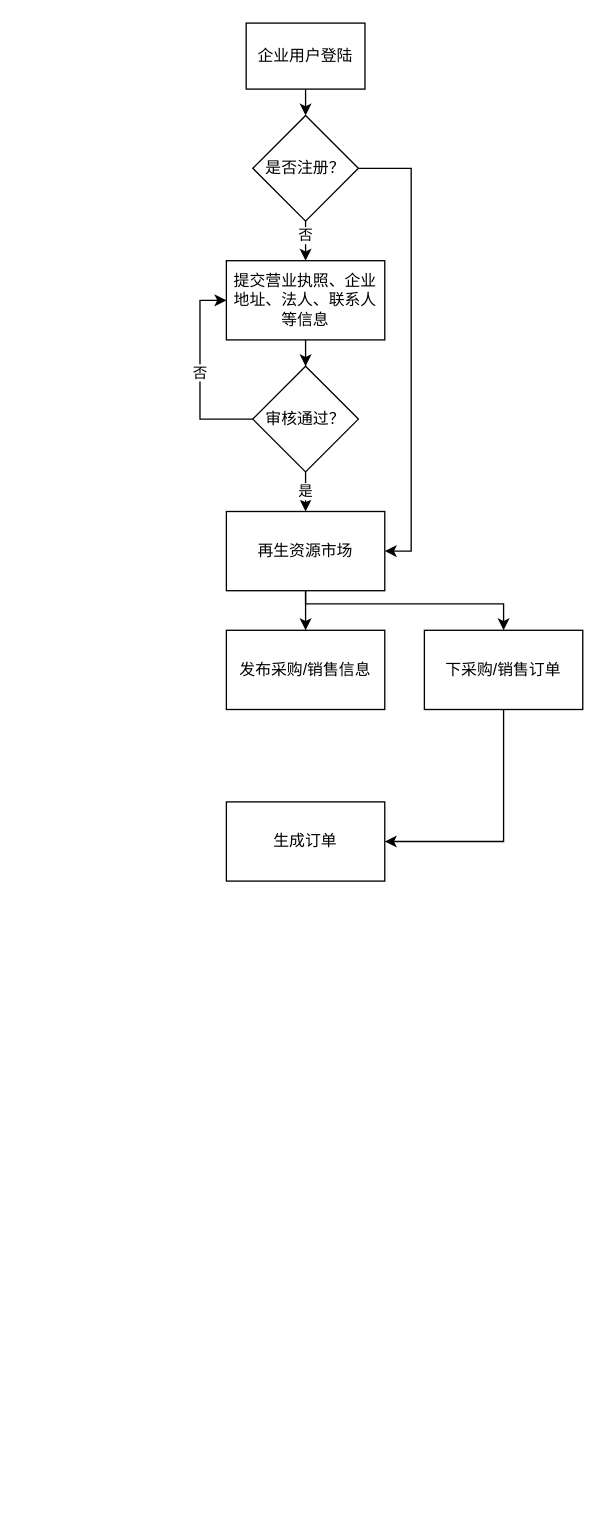
This is Untitled Diagram.drawio from bdyz1016/BHVoice, a draw.io file, before an edit. Source tidied: cells renumbered, new cells numbered last; positions are measured from the earlier drawing's top-left corner, leaving out a move shared by most shapes. Both pictures are drawn from the tidied source at 132%, with x=0, y=0 at pixel (226, 22).
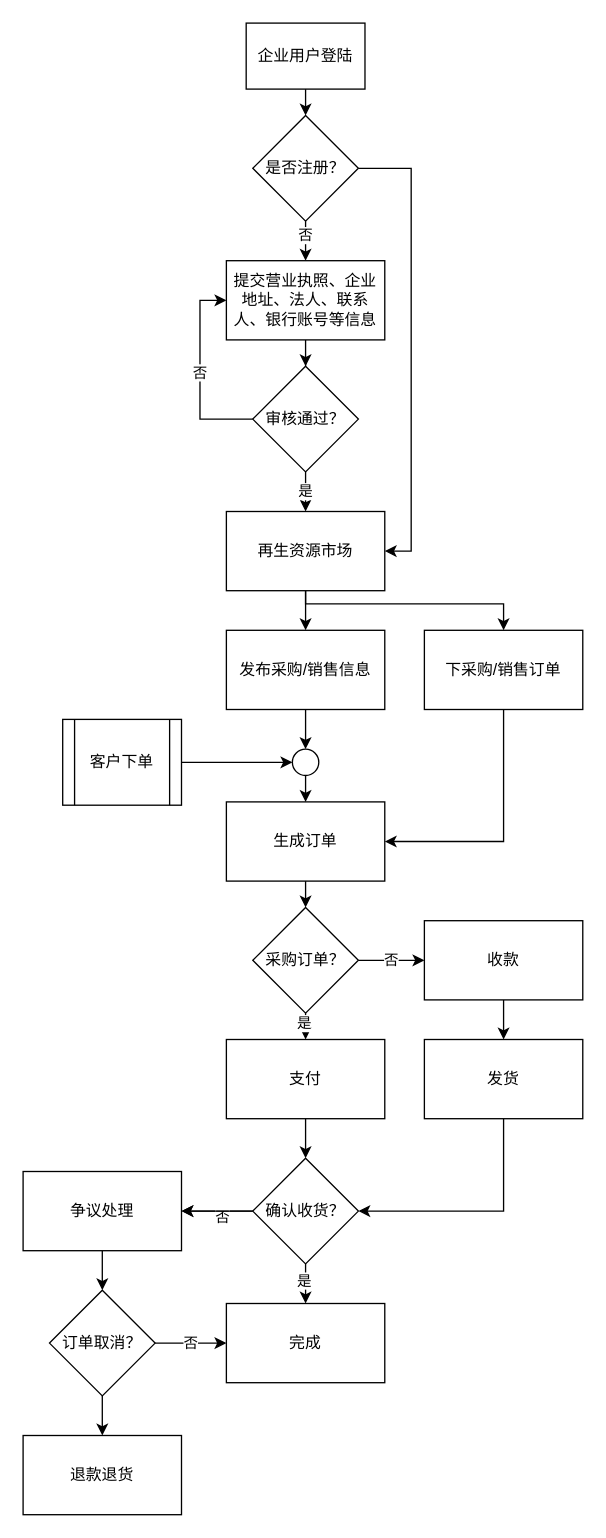
The same diagram, later.

Unchanged cells that the change refers to:
```xml
<mxCell id="16" value="发布采购/销售信息" style="rounded=0;whiteSpace=wrap;html=1;" parent="1" vertex="1">
  <mxGeometry y="460" width="120" height="60" as="geometry" />
</mxCell>
<mxCell id="19" value="生成订单" style="rounded=0;whiteSpace=wrap;html=1;" parent="1" vertex="1">
  <mxGeometry y="590" width="120" height="60" as="geometry" />
</mxCell>
```

Diff of the diagram source:
```diff
@@
-    <mxCell id="9" value="提交营业执照、企业地址、法人、联系人等信息" style="rounded=0;whiteSpace=wrap;html=1;" parent="1" vertex="1">
+    <mxCell id="9" value="提交营业执照、企业地址、法人、联系人、银行账号等信息" style="rounded=0;whiteSpace=wrap;html=1;" parent="1" vertex="1">
       <mxGeometry y="180" width="120" height="60" as="geometry" />
     </mxCell>
@@
+    <mxCell id="20" style="edgeStyle=orthogonalEdgeStyle;rounded=0;jettySize=auto;html=1;exitX=0.5;exitY=1;exitDx=0;exitDy=0;entryX=0.5;entryY=0;entryDx=0;entryDy=0;" parent="1" edge="1" source="16" target="23">
+      <mxGeometry relative="1" as="geometry" />
+    </mxCell>
@@
+    <mxCell id="21" style="edgeStyle=orthogonalEdgeStyle;rounded=0;jettySize=auto;html=1;exitX=0.5;exitY=1;exitDx=0;exitDy=0;entryX=0.5;entryY=0;entryDx=0;entryDy=0;" parent="1" edge="1" source="19" target="29">
+      <mxGeometry relative="1" as="geometry" />
+    </mxCell>
@@
+    <mxCell id="22" style="edgeStyle=orthogonalEdgeStyle;rounded=0;jettySize=auto;html=1;exitX=0.5;exitY=1;exitDx=0;exitDy=0;entryX=0.5;entryY=0;entryDx=0;entryDy=0;" parent="1" edge="1" source="23" target="19">
+      <mxGeometry relative="1" as="geometry" />
+    </mxCell>
+    <mxCell id="23" style="ellipse;whiteSpace=wrap;html=1;" parent="1" vertex="1">
+      <mxGeometry x="50" y="550" width="20" height="20" as="geometry" />
+    </mxCell>
+    <mxCell id="24" style="edgeStyle=orthogonalEdgeStyle;rounded=0;jettySize=auto;html=1;exitX=1;exitY=0.5;exitDx=0;exitDy=0;entryX=0;entryY=0.5;entryDx=0;entryDy=0;" parent="1" edge="1" source="25" target="23">
+      <mxGeometry relative="1" as="geometry" />
+    </mxCell>
+    <mxCell id="25" value="客户下单" style="shape=process;whiteSpace=wrap;html=1;backgroundOutline=1;" parent="1" vertex="1">
+      <mxGeometry x="-124" y="527.5" width="90" height="65" as="geometry" />
+    </mxCell>
+    <mxCell id="26" style="edgeStyle=orthogonalEdgeStyle;rounded=0;jettySize=auto;html=1;exitX=0.5;exitY=1;exitDx=0;exitDy=0;entryX=0.5;entryY=0;entryDx=0;entryDy=0;" parent="1" edge="1" source="29" target="31">
+      <mxGeometry relative="1" as="geometry" />
+    </mxCell>
+    <mxCell id="27" value="是" style="edgeLabel;html=1;align=center;verticalAlign=middle;" parent="26" vertex="1">
+      <mxGeometry x="-0.35" y="-2" relative="1" as="geometry" />
+    </mxCell>
+    <mxCell id="28" value="否" style="edgeStyle=orthogonalEdgeStyle;rounded=0;jettySize=auto;html=1;exitX=1;exitY=0.5;exitDx=0;exitDy=0;entryX=0;entryY=0.5;entryDx=0;entryDy=0;" parent="1" edge="1" source="29" target="33">
+      <mxGeometry relative="1" as="geometry" />
+    </mxCell>
+    <mxCell id="29" value="采购订单？" style="rhombus;whiteSpace=wrap;html=1;" parent="1" vertex="1">
+      <mxGeometry x="20" y="670" width="80" height="80" as="geometry" />
+    </mxCell>
+    <mxCell id="30" style="edgeStyle=orthogonalEdgeStyle;rounded=0;jettySize=auto;html=1;exitX=0.5;exitY=1;exitDx=0;exitDy=0;entryX=0.5;entryY=0;entryDx=0;entryDy=0;" parent="1" edge="1" source="31">
+      <mxGeometry relative="1" as="geometry">
+        <mxPoint x="60" y="860" as="targetPoint" />
+      </mxGeometry>
+    </mxCell>
+    <mxCell id="31" value="支付" style="rounded=0;whiteSpace=wrap;html=1;" parent="1" vertex="1">
+      <mxGeometry y="770" width="120" height="60" as="geometry" />
+    </mxCell>
+    <mxCell id="32" style="edgeStyle=orthogonalEdgeStyle;rounded=0;jettySize=auto;html=1;exitX=0.5;exitY=1;exitDx=0;exitDy=0;entryX=0.5;entryY=0;entryDx=0;entryDy=0;" parent="1" edge="1" source="33" target="35">
+      <mxGeometry relative="1" as="geometry" />
+    </mxCell>
+    <mxCell id="33" value="收款" style="rounded=0;whiteSpace=wrap;html=1;" parent="1" vertex="1">
+      <mxGeometry x="150" y="680" width="120" height="60" as="geometry" />
+    </mxCell>
+    <mxCell id="34" style="edgeStyle=orthogonalEdgeStyle;rounded=0;jettySize=auto;html=1;exitX=0.5;exitY=1;exitDx=0;exitDy=0;entryX=1;entryY=0.5;entryDx=0;entryDy=0;" parent="1" edge="1" source="35" target="41">
+      <mxGeometry relative="1" as="geometry" />
+    </mxCell>
+    <mxCell id="35" value="发货" style="rounded=0;whiteSpace=wrap;html=1;" parent="1" vertex="1">
+      <mxGeometry x="150" y="770" width="120" height="60" as="geometry" />
+    </mxCell>
+    <mxCell id="36" style="edgeStyle=orthogonalEdgeStyle;rounded=0;jettySize=auto;html=1;exitX=0.5;exitY=1;exitDx=0;exitDy=0;entryX=0.5;entryY=0;entryDx=0;entryDy=0;" parent="1" edge="1" source="41" target="42">
+      <mxGeometry relative="1" as="geometry" />
+    </mxCell>
+    <mxCell id="37" value="是" style="edgeLabel;html=1;align=center;verticalAlign=middle;" parent="36" vertex="1">
+      <mxGeometry x="-0.2" y="-2" relative="1" as="geometry" />
+    </mxCell>
+    <mxCell id="38" style="edgeStyle=orthogonalEdgeStyle;rounded=0;jettySize=auto;html=1;exitX=0;exitY=0.5;exitDx=0;exitDy=0;entryX=1;entryY=0.5;entryDx=0;entryDy=0;" parent="1" edge="1" source="41" target="44">
+      <mxGeometry relative="1" as="geometry" />
+    </mxCell>
+    <mxCell id="39" value="否" style="edgeLabel;html=1;align=center;verticalAlign=middle;" parent="38" vertex="1">
+      <mxGeometry x="-0.1" y="4" relative="1" as="geometry" />
+    </mxCell>
+    <mxCell id="40" style="edgeStyle=orthogonalEdgeStyle;rounded=0;jettySize=auto;html=1;" parent="1" edge="1" source="41" target="44">
+      <mxGeometry relative="1" as="geometry" />
+    </mxCell>
+    <mxCell id="41" value="确认收货？" style="rhombus;whiteSpace=wrap;html=1;" parent="1" vertex="1">
+      <mxGeometry x="20" y="860" width="80" height="80" as="geometry" />
+    </mxCell>
+    <mxCell id="42" value="完成" style="rounded=0;whiteSpace=wrap;html=1;" parent="1" vertex="1">
+      <mxGeometry y="970" width="120" height="60" as="geometry" />
+    </mxCell>
+    <mxCell id="43" style="edgeStyle=orthogonalEdgeStyle;rounded=0;jettySize=auto;html=1;exitX=0.5;exitY=1;exitDx=0;exitDy=0;entryX=0.5;entryY=0;entryDx=0;entryDy=0;" parent="1" edge="1" source="44" target="47">
+      <mxGeometry relative="1" as="geometry" />
+    </mxCell>
+    <mxCell id="44" value="争议处理" style="rounded=0;whiteSpace=wrap;html=1;" parent="1" vertex="1">
+      <mxGeometry x="-154" y="870" width="120" height="60" as="geometry" />
+    </mxCell>
+    <mxCell id="45" value="否" style="edgeStyle=orthogonalEdgeStyle;rounded=0;jettySize=auto;html=1;exitX=1;exitY=0.5;exitDx=0;exitDy=0;entryX=0;entryY=0.5;entryDx=0;entryDy=0;" parent="1" edge="1" source="47" target="42">
+      <mxGeometry relative="1" as="geometry" />
+    </mxCell>
+    <mxCell id="46" style="edgeStyle=orthogonalEdgeStyle;rounded=0;jettySize=auto;html=1;exitX=0.5;exitY=1;exitDx=0;exitDy=0;entryX=0.5;entryY=0;entryDx=0;entryDy=0;" parent="1" edge="1" source="47" target="48">
+      <mxGeometry relative="1" as="geometry" />
+    </mxCell>
+    <mxCell id="47" value="订单取消？" style="rhombus;whiteSpace=wrap;html=1;" parent="1" vertex="1">
+      <mxGeometry x="-134" y="960" width="80" height="80" as="geometry" />
+    </mxCell>
+    <mxCell id="48" value="退款退货" style="rounded=0;whiteSpace=wrap;html=1;" parent="1" vertex="1">
+      <mxGeometry x="-154" y="1070" width="120" height="60" as="geometry" />
+    </mxCell>
```
